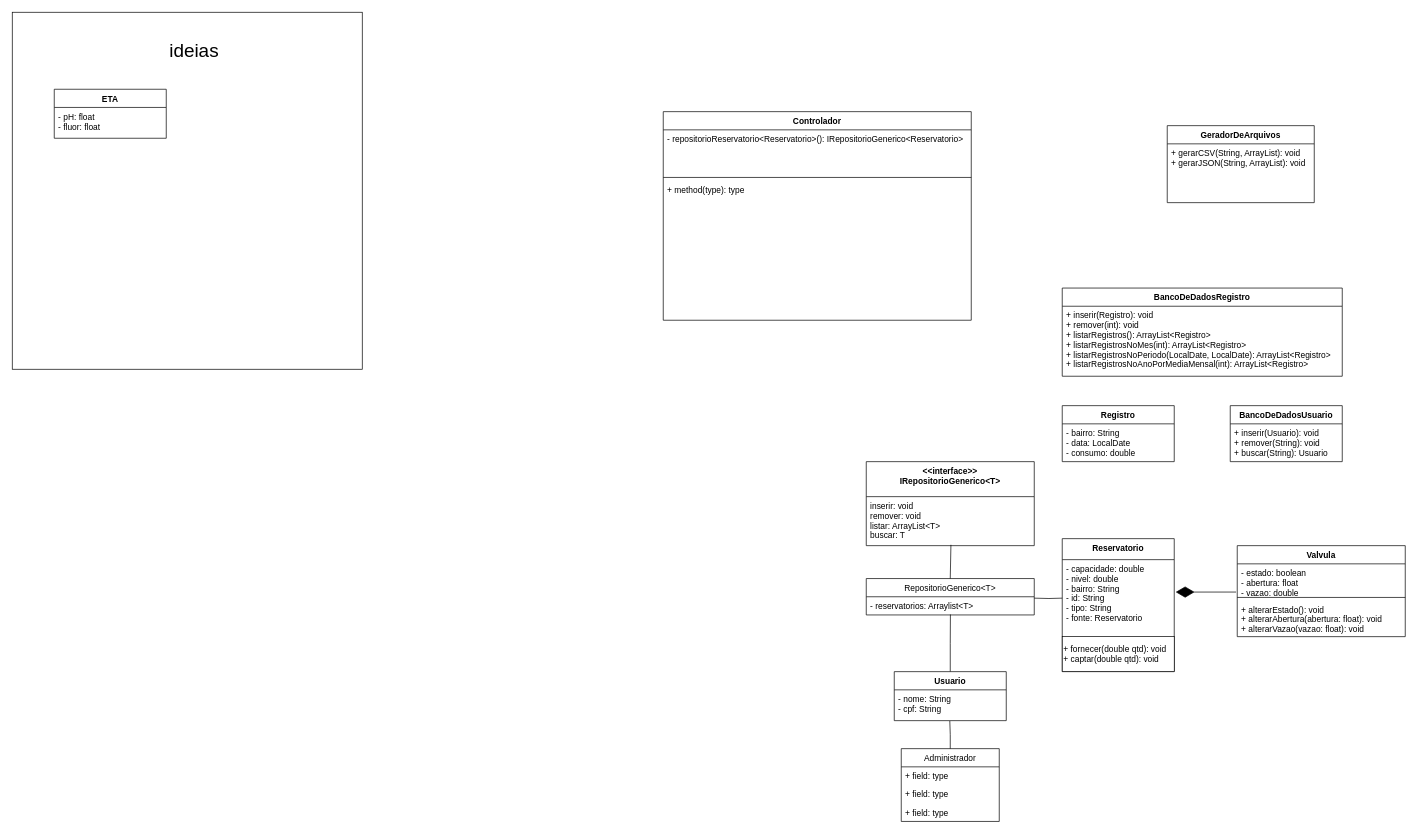
Before: Waterway.drawio in ronaldo26rodrigues/Lifeway, a draw.io diagram. Source tidied: cells renumbered, new cells numbered last; positions are measured from the earlier drawing's top-left corner, leaving out a move shared by most shapes. Both pictures are drawn from the tidied source at 70%, with x=0, y=0 at pixel (12, 12).
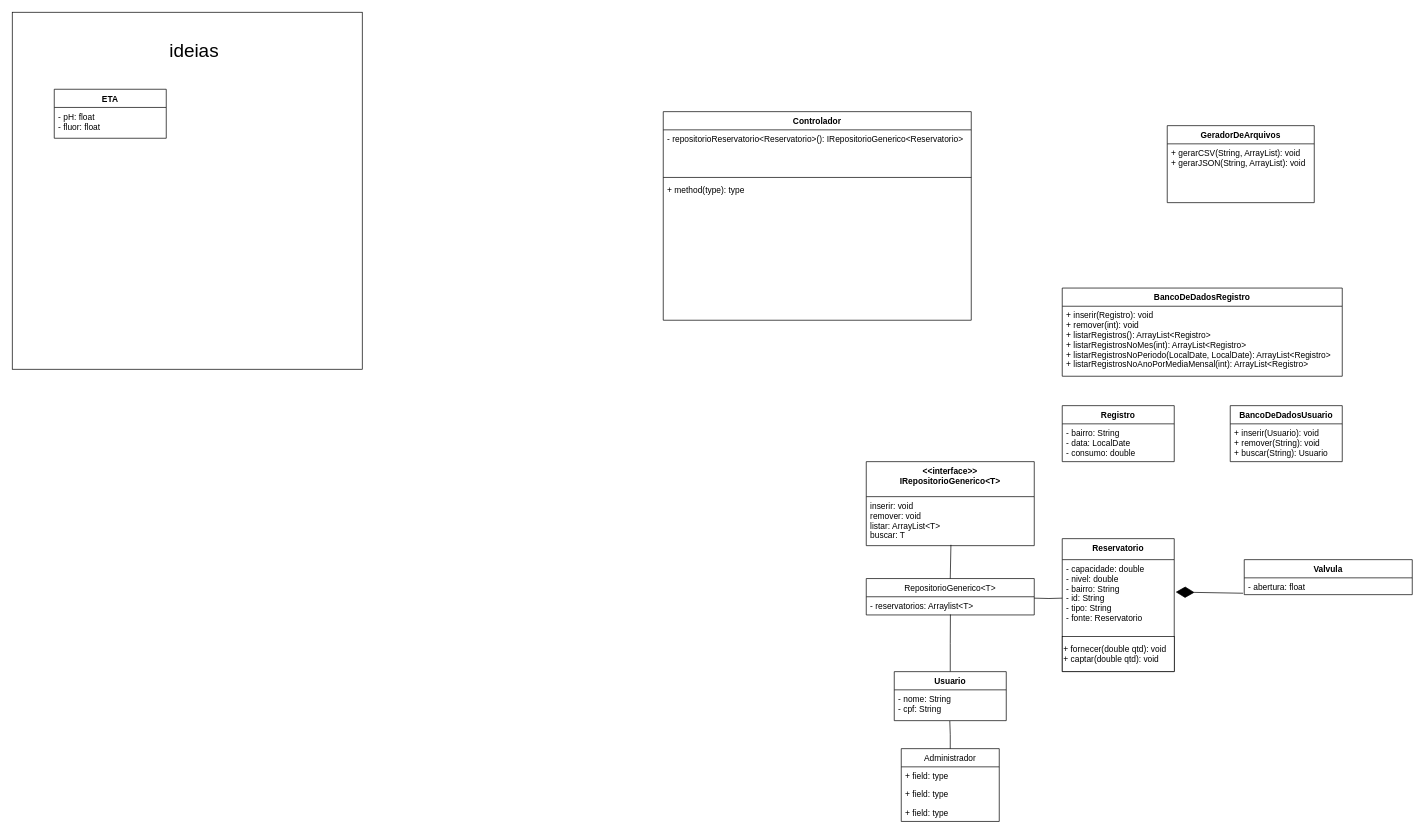
The same diagram, later.

The edit, as a diff of the source:
```diff
@@
     <mxCell id="6" value="Valvula" style="swimlane;fontStyle=1;align=center;verticalAlign=top;horizontal=1;startSize=26;" parent="1" vertex="1">
-      <mxGeometry x="1750" y="762" width="240" height="130" as="geometry" />
+      <mxGeometry x="1760" y="782" width="240" height="50" as="geometry" />
     </mxCell>
-    <mxCell id="7" value="- estado: boolean&#10;- abertura: float&#10;- vazao: double" style="text;strokeColor=none;fillColor=none;align=left;verticalAlign=top;spacingLeft=4;spacingRight=4;overflow=hidden;points=[[0,0.5],[1,0.5]];portConstraint=eastwest;" parent="6" vertex="1">
-      <mxGeometry y="26" width="240" height="44" as="geometry" />
+    <mxCell id="7" value="- abertura: float" style="text;strokeColor=none;fillColor=none;align=left;verticalAlign=top;spacingLeft=4;spacingRight=4;overflow=hidden;points=[[0,0.5],[1,0.5]];portConstraint=eastwest;" parent="6" vertex="1">
+      <mxGeometry y="26" width="240" height="24" as="geometry" />
     </mxCell>
-    <mxCell id="8" style="line;strokeWidth=1;fillColor=none;align=left;verticalAlign=middle;spacingTop=-1;spacingLeft=3;spacingRight=3;labelPosition=right;" parent="6" vertex="1">
-      <mxGeometry y="70" width="240" height="8" as="geometry" />
-    </mxCell>
-    <mxCell id="9" value="+ alterarEstado(): void&#10;+ alterarAbertura(abertura: float): void&#10;+ alterarVazao(vazao: float): void" style="text;strokeColor=none;fillColor=none;align=left;verticalAlign=top;spacingLeft=4;spacingRight=4;overflow=hidden;" parent="6" vertex="1">
-      <mxGeometry y="78" width="240" height="52" as="geometry" />
-    </mxCell>
```
